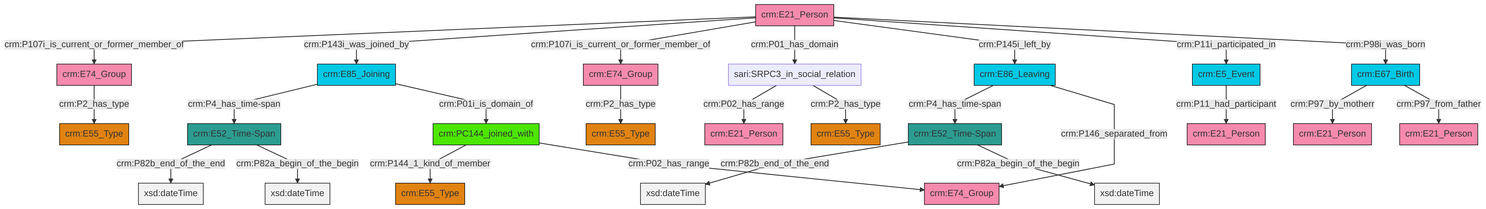
swiss-art-research-net/reference-data-models keeps this Mermaid diagram as et/personCSV/ttl/mmd/png/Person_Actor_Relations.png. Above is the earlier version. Its source is kept beside it as et/personCSV/ttl/mmd/Person_Actor_Relations.ttl.mmd.
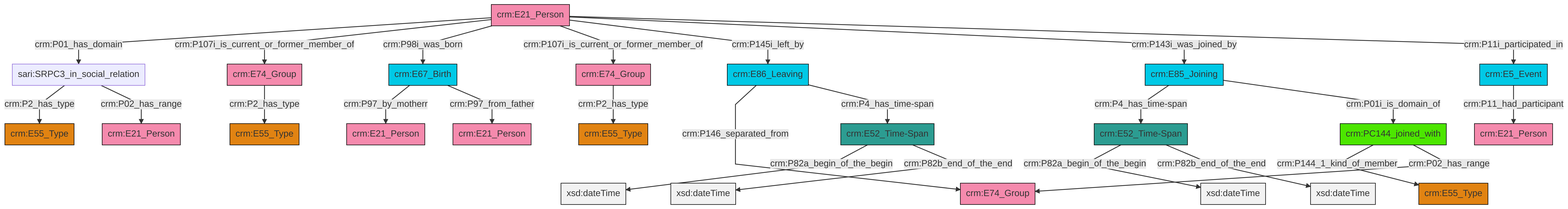
After the commit.

Change to the diagram source:
```diff
@@ -13,27 +13,27 @@
 classDef PC_Classes fill:#4ce600, stroke:#000000;
 classDef Multi fill:#cccccc,stroke:#000000;
 
-0["crm:E21_Person"]:::Actor -->|crm:P107i_is_current_or_former_member_of| 1["crm:E74_Group"]:::Actor
-2["crm:E67_Birth"]:::Temporal_Entity -->|crm:P97_by_motherr| 3["crm:E21_Person"]:::Actor
-6["crm:E52_Time-Span"]:::Time-Span -->|crm:P82b_end_of_the_end| 7[xsd:dateTime]:::Literal
-8["crm:PC144_joined_with"]:::PC_Classes -->|crm:P144_1_kind_of_member| 4["crm:E55_Type"]:::Type
-15["crm:E85_Joining"]:::Temporal_Entity -->|crm:P4_has_time-span| 16["crm:E52_Time-Span"]:::Time-Span
-9["sari:SRPC3_in_social_relation"]:::Default -->|crm:P02_has_range| 23["crm:E21_Person"]:::Actor
-0["crm:E21_Person"]:::Actor -->|crm:P143i_was_joined_by| 15["crm:E85_Joining"]:::Temporal_Entity
-16["crm:E52_Time-Span"]:::Time-Span -->|crm:P82b_end_of_the_end| 25[xsd:dateTime]:::Literal
-0["crm:E21_Person"]:::Actor -->|crm:P107i_is_current_or_former_member_of| 26["crm:E74_Group"]:::Actor
-6["crm:E52_Time-Span"]:::Time-Span -->|crm:P82a_begin_of_the_begin| 27[xsd:dateTime]:::Literal
-0["crm:E21_Person"]:::Actor -->|crm:P01_has_domain| 9["sari:SRPC3_in_social_relation"]:::Default
-29["crm:E86_Leaving"]:::Temporal_Entity -->|crm:P4_has_time-span| 6["crm:E52_Time-Span"]:::Time-Span
-0["crm:E21_Person"]:::Actor -->|crm:P145i_left_by| 29["crm:E86_Leaving"]:::Temporal_Entity
-1["crm:E74_Group"]:::Actor -->|crm:P2_has_type| 19["crm:E55_Type"]:::Type
-9["sari:SRPC3_in_social_relation"]:::Default -->|crm:P2_has_type| 32["crm:E55_Type"]:::Type
-26["crm:E74_Group"]:::Actor -->|crm:P2_has_type| 30["crm:E55_Type"]:::Type
-17["crm:E5_Event"]:::Temporal_Entity -->|crm:P11_had_participant| 11["crm:E21_Person"]:::Actor
-8["crm:PC144_joined_with"]:::PC_Classes -->|crm:P02_has_range| 38["crm:E74_Group"]:::Actor
-29["crm:E86_Leaving"]:::Temporal_Entity -->|crm:P146_separated_from| 38["crm:E74_Group"]:::Actor
-15["crm:E85_Joining"]:::Temporal_Entity -->|crm:P01i_is_domain_of| 8["crm:PC144_joined_with"]:::PC_Classes
-2["crm:E67_Birth"]:::Temporal_Entity -->|crm:P97_from_father| 13["crm:E21_Person"]:::Actor
-0["crm:E21_Person"]:::Actor -->|crm:P11i_participated_in| 17["crm:E5_Event"]:::Temporal_Entity
-16["crm:E52_Time-Span"]:::Time-Span -->|crm:P82a_begin_of_the_begin| 45[xsd:dateTime]:::Literal
-0["crm:E21_Person"]:::Actor -->|crm:P98i_was_born| 2["crm:E67_Birth"]:::Temporal_Entity
+4["crm:PC144_joined_with"]:::PC_Classes -->|crm:P144_1_kind_of_member| 5["crm:E55_Type"]:::Type
+8["crm:E67_Birth"]:::Temporal_Entity -->|crm:P97_by_motherr| 9["crm:E21_Person"]:::Actor
+6["crm:E85_Joining"]:::Temporal_Entity -->|crm:P4_has_time-span| 10["crm:E52_Time-Span"]:::Time-Span
+11["crm:E21_Person"]:::Actor -->|crm:P01_has_domain| 12["sari:SRPC3_in_social_relation"]:::Default
+14["crm:E86_Leaving"]:::Temporal_Entity -->|crm:P146_separated_from| 15["crm:E74_Group"]:::Actor
+11["crm:E21_Person"]:::Actor -->|crm:P107i_is_current_or_former_member_of| 17["crm:E74_Group"]:::Actor
+10["crm:E52_Time-Span"]:::Time-Span -->|crm:P82a_begin_of_the_begin| 18[xsd:dateTime]:::Literal
+4["crm:PC144_joined_with"]:::PC_Classes -->|crm:P02_has_range| 15["crm:E74_Group"]:::Actor
+11["crm:E21_Person"]:::Actor -->|crm:P98i_was_born| 8["crm:E67_Birth"]:::Temporal_Entity
+11["crm:E21_Person"]:::Actor -->|crm:P107i_is_current_or_former_member_of| 23["crm:E74_Group"]:::Actor
+12["sari:SRPC3_in_social_relation"]:::Default -->|crm:P2_has_type| 25["crm:E55_Type"]:::Type
+14["crm:E86_Leaving"]:::Temporal_Entity -->|crm:P4_has_time-span| 26["crm:E52_Time-Span"]:::Time-Span
+26["crm:E52_Time-Span"]:::Time-Span -->|crm:P82a_begin_of_the_begin| 27[xsd:dateTime]:::Literal
+12["sari:SRPC3_in_social_relation"]:::Default -->|crm:P02_has_range| 29["crm:E21_Person"]:::Actor
+11["crm:E21_Person"]:::Actor -->|crm:P145i_left_by| 14["crm:E86_Leaving"]:::Temporal_Entity
+26["crm:E52_Time-Span"]:::Time-Span -->|crm:P82b_end_of_the_end| 33[xsd:dateTime]:::Literal
+8["crm:E67_Birth"]:::Temporal_Entity -->|crm:P97_from_father| 0["crm:E21_Person"]:::Actor
+6["crm:E85_Joining"]:::Temporal_Entity -->|crm:P01i_is_domain_of| 4["crm:PC144_joined_with"]:::PC_Classes
+11["crm:E21_Person"]:::Actor -->|crm:P143i_was_joined_by| 6["crm:E85_Joining"]:::Temporal_Entity
+23["crm:E74_Group"]:::Actor -->|crm:P2_has_type| 2["crm:E55_Type"]:::Type
+17["crm:E74_Group"]:::Actor -->|crm:P2_has_type| 30["crm:E55_Type"]:::Type
+10["crm:E52_Time-Span"]:::Time-Span -->|crm:P82b_end_of_the_end| 45[xsd:dateTime]:::Literal
+41["crm:E5_Event"]:::Temporal_Entity -->|crm:P11_had_participant| 39["crm:E21_Person"]:::Actor
+11["crm:E21_Person"]:::Actor -->|crm:P11i_participated_in| 41["crm:E5_Event"]:::Temporal_Entity
```
